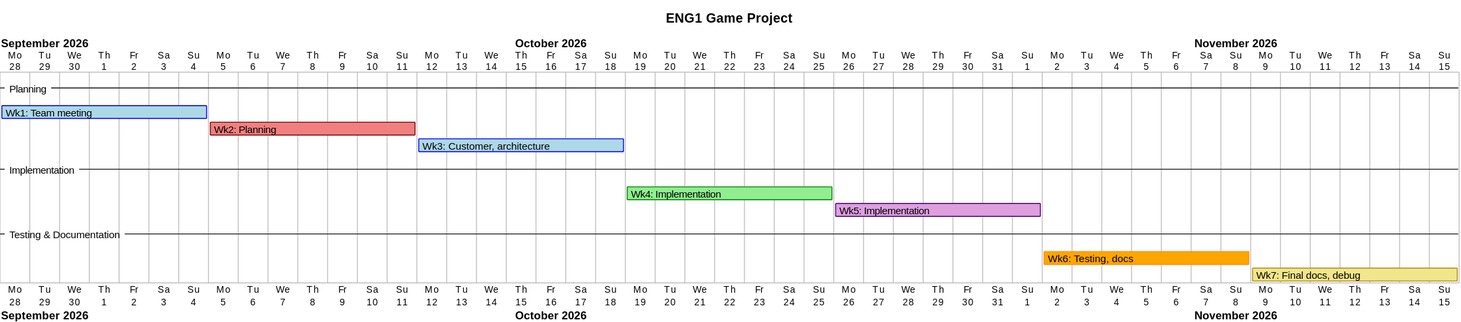
tpwoolley/team18-eng-1-website keeps this PlantUML diagram as ENG1.svg. Above is the earlier version.
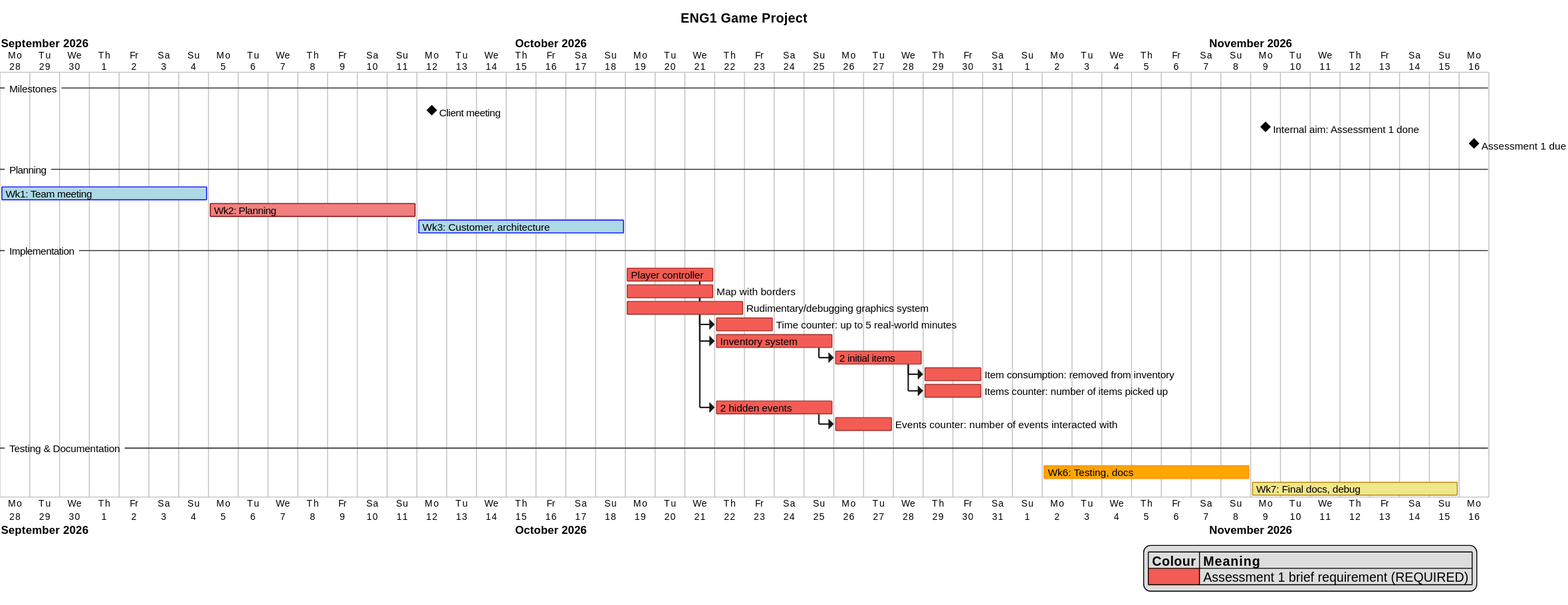
Above is the later version.

The edit, as a diff of the source:
```diff
@@ -2,6 +2,16 @@
 title ENG1 Game Project
 Project starts 2026-09-28
 printscale daily zoom 2
+
+legend right
+  |= Colour |= Meaning |
+  |<#F25C54>| Assessment 1 brief requirement (REQUIRED) |
+endlegend
+
+-- Milestones --
+[Client meeting] happens 2026-10-12
+[Internal aim: Assessment 1 done] happens 2026-11-09
+[Assessment 1 due] happens 2026-11-16
 
 -- Planning --
 [Wk1: Team meeting] starts 2026-09-28 and ends 2026-10-04
@@ -12,10 +22,35 @@
 [Wk3: Customer, architecture] is colored in LightBlue/Blue
 
 -- Implementation --
-[Wk4: Implementation] starts 2026-10-19 and ends 2026-10-25
-[Wk4: Implementation] is colored in LightGreen/Green
-[Wk5: Implementation] starts 2026-10-26 and ends 2026-11-01
-[Wk5: Implementation] is colored in Plum/Indigo
+[Player controller] as [Player] starts 2026-10-19 and lasts 3 days
+[Player] is colored in #F25C54/#A32E28
+
+[Map with borders] as [Map] starts 2026-10-19 and lasts 3 days
+[Map] is colored in #F25C54/#A32E28
+
+[Rudimentary/debugging graphics system] as [Graphics] starts 2026-10-19 and lasts 4 days
+[Graphics] is colored in #F25C54/#A32E28
+
+[Time counter: up to 5 real-world minutes] as [Timer] starts at [Player]'s end and lasts 2 days
+[Timer] is colored in #F25C54/#A32E28
+
+[Inventory system] as [Inventory] starts at [Player]'s end and lasts 4 days
+[Inventory] is colored in #F25C54/#A32E28
+
+[2 initial items] as [Items] starts at [Inventory]'s end and lasts 3 days
+[Items] is colored in #F25C54/#A32E28
+
+[Item consumption: removed from inventory] as [Consume] starts at [Items]'s end and lasts 2 days
+[Consume] is colored in #F25C54/#A32E28
+
+[Items counter: number of items picked up] as [ItemCount] starts at [Items]'s end and lasts 2 days
+[ItemCount] is colored in #F25C54/#A32E28
+
+[2 hidden events] as [Events] starts at [Map]'s end and lasts 4 days
+[Events] is colored in #F25C54/#A32E28
+
+[Events counter: number of events interacted with] as [EventCount] starts at [Events]'s end and lasts 2 days
+[EventCount] is colored in #F25C54/#A32E28
 
 -- Testing & Documentation --
 [Wk6: Testing, docs] starts 2026-11-02 and ends 2026-11-08
```
